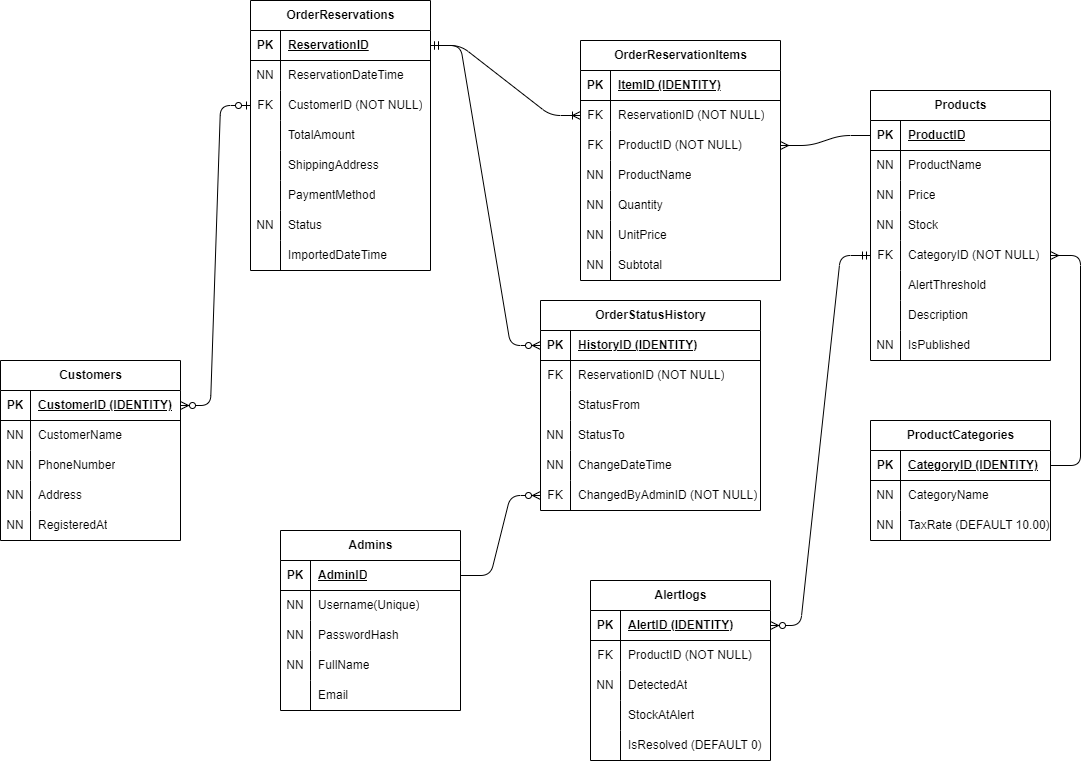
This is docs/diagrams/ERD.drawio.png from ASK-STEM-official/20_Jakunen_Demo, a draw.io export, as it was before one commit. Source tidied: cells renumbered, new cells last; positions are measured from the earlier drawing's top-left corner, leaving out a move shared by most shapes.
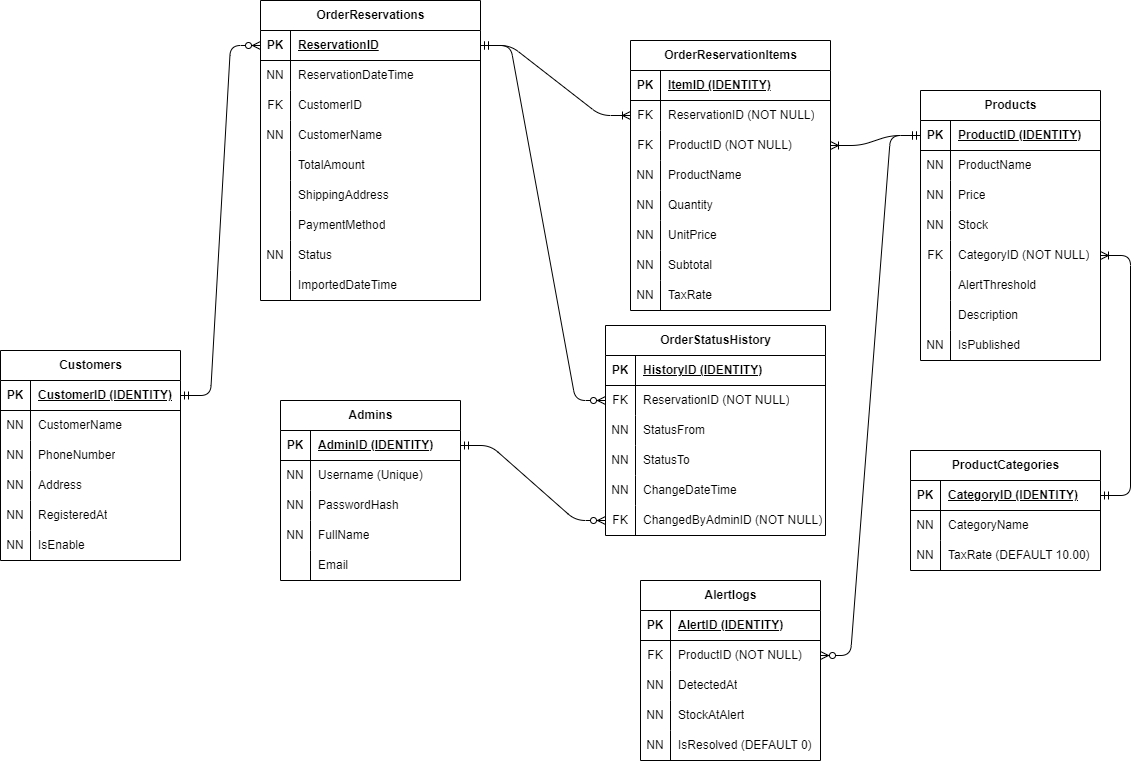
After the commit.

What changed in the source:
```diff
@@ -5,6 +5,6 @@
     <mxCell id="2" value="OrderReservations" style="shape=table;startSize=30;rowLines=0;fontStyle=1;align=center;html=1;" parent="1" vertex="1">
-      <mxGeometry x="270" width="180" height="270" as="geometry" />
+      <mxGeometry x="230" width="220" height="300" as="geometry" />
     </mxCell>
     <mxCell id="3" style="shape=tableRow;horizontal=0;startSize=0;swimlaneHead=0;swimlaneBody=0;fillColor=none;points=[[0,0.5],[1,0.5]];portConstraint=eastwest;top=0;left=0;right=0;bottom=1;" parent="2" vertex="1">
-      <mxGeometry y="30" width="180" height="30" as="geometry" />
+      <mxGeometry y="30" width="220" height="30" as="geometry" />
     </mxCell>
@@ -14,6 +14,6 @@
     <mxCell id="5" value="ReservationID" style="shape=partialRectangle;fillColor=none;top=0;left=0;bottom=0;right=0;align=left;spacingLeft=6;fontStyle=5;overflow=hidden;whiteSpace=wrap;html=1;" parent="3" vertex="1">
-      <mxGeometry x="30" width="150" height="30" as="geometry" />
+      <mxGeometry x="30" width="190" height="30" as="geometry" />
     </mxCell>
     <mxCell id="6" style="shape=tableRow;horizontal=0;startSize=0;swimlaneHead=0;swimlaneBody=0;fillColor=none;top=0;left=0;right=0;bottom=0;" parent="2" vertex="1">
-      <mxGeometry y="60" width="180" height="30" as="geometry" />
+      <mxGeometry y="60" width="220" height="30" as="geometry" />
     </mxCell>
@@ -23,6 +23,6 @@
     <mxCell id="8" value="ReservationDateTime" style="shape=partialRectangle;fillColor=none;top=0;left=0;bottom=0;right=0;align=left;spacingLeft=6;overflow=hidden;whiteSpace=wrap;html=1;" parent="6" vertex="1">
-      <mxGeometry x="30" width="150" height="30" as="geometry" />
+      <mxGeometry x="30" width="190" height="30" as="geometry" />
     </mxCell>
     <mxCell id="9" style="shape=tableRow;horizontal=0;startSize=0;swimlaneHead=0;swimlaneBody=0;fillColor=none;points=[[0,0.5],[1,0.5]];portConstraint=eastwest;top=0;left=0;right=0;bottom=0;" parent="2" vertex="1">
-      <mxGeometry y="90" width="180" height="30" as="geometry" />
+      <mxGeometry y="90" width="220" height="30" as="geometry" />
     </mxCell>
@@ -31,7 +31,16 @@
     </mxCell>
-    <mxCell id="11" value="CustomerID (NOT NULL)" style="shape=partialRectangle;fillColor=none;top=0;left=0;bottom=0;right=0;align=left;spacingLeft=6;overflow=hidden;whiteSpace=wrap;html=1;" parent="9" vertex="1">
-      <mxGeometry x="30" width="150" height="30" as="geometry" />
+    <mxCell id="11" value="CustomerID" style="shape=partialRectangle;fillColor=none;top=0;left=0;bottom=0;right=0;align=left;spacingLeft=6;overflow=hidden;whiteSpace=wrap;html=1;" parent="9" vertex="1">
+      <mxGeometry x="30" width="190" height="30" as="geometry" />
     </mxCell>
+    <mxCell id="158" style="shape=tableRow;horizontal=0;startSize=0;swimlaneHead=0;swimlaneBody=0;fillColor=none;top=0;left=0;right=0;bottom=0;" parent="2" vertex="1">
+      <mxGeometry y="120" width="220" height="30" as="geometry" />
+    </mxCell>
+    <mxCell id="159" value="NN" style="shape=partialRectangle;fillColor=none;top=0;left=0;bottom=0;right=0;overflow=hidden;whiteSpace=wrap;html=1;" parent="158" vertex="1">
+      <mxGeometry width="30" height="30" as="geometry" />
+    </mxCell>
+    <mxCell id="160" value="CustomerName" style="shape=partialRectangle;fillColor=none;top=0;left=0;bottom=0;right=0;align=left;spacingLeft=6;overflow=hidden;whiteSpace=wrap;html=1;" parent="158" vertex="1">
+      <mxGeometry x="30" width="190" height="30" as="geometry" />
+    </mxCell>
     <mxCell id="12" style="shape=tableRow;horizontal=0;startSize=0;swimlaneHead=0;swimlaneBody=0;fillColor=none;top=0;left=0;right=0;bottom=0;" parent="2" vertex="1">
-      <mxGeometry y="120" width="180" height="30" as="geometry" />
+      <mxGeometry y="150" width="220" height="30" as="geometry" />
     </mxCell>
@@ -41,6 +50,6 @@
     <mxCell id="14" value="TotalAmount" style="shape=partialRectangle;fillColor=none;top=0;left=0;bottom=0;right=0;align=left;spacingLeft=6;overflow=hidden;whiteSpace=wrap;html=1;" parent="12" vertex="1">
-      <mxGeometry x="30" width="150" height="30" as="geometry" />
+      <mxGeometry x="30" width="190" height="30" as="geometry" />
     </mxCell>
     <mxCell id="15" style="shape=tableRow;horizontal=0;startSize=0;swimlaneHead=0;swimlaneBody=0;fillColor=none;top=0;left=0;right=0;bottom=0;" parent="2" vertex="1">
-      <mxGeometry y="150" width="180" height="30" as="geometry" />
+      <mxGeometry y="180" width="220" height="30" as="geometry" />
     </mxCell>
@@ -50,6 +59,6 @@
     <mxCell id="17" value="ShippingAddress" style="shape=partialRectangle;fillColor=none;top=0;left=0;bottom=0;right=0;align=left;spacingLeft=6;overflow=hidden;whiteSpace=wrap;html=1;" parent="15" vertex="1">
-      <mxGeometry x="30" width="150" height="30" as="geometry" />
+      <mxGeometry x="30" width="190" height="30" as="geometry" />
     </mxCell>
     <mxCell id="18" style="shape=tableRow;horizontal=0;startSize=0;swimlaneHead=0;swimlaneBody=0;fillColor=none;top=0;left=0;right=0;bottom=0;" parent="2" vertex="1">
-      <mxGeometry y="180" width="180" height="30" as="geometry" />
+      <mxGeometry y="210" width="220" height="30" as="geometry" />
     </mxCell>
@@ -59,6 +68,6 @@
     <mxCell id="20" value="PaymentMethod" style="shape=partialRectangle;fillColor=none;top=0;left=0;bottom=0;right=0;align=left;spacingLeft=6;overflow=hidden;whiteSpace=wrap;html=1;" parent="18" vertex="1">
-      <mxGeometry x="30" width="150" height="30" as="geometry" />
+      <mxGeometry x="30" width="190" height="30" as="geometry" />
     </mxCell>
     <mxCell id="21" style="shape=tableRow;horizontal=0;startSize=0;swimlaneHead=0;swimlaneBody=0;fillColor=none;top=0;left=0;right=0;bottom=0;" parent="2" vertex="1">
-      <mxGeometry y="210" width="180" height="30" as="geometry" />
+      <mxGeometry y="240" width="220" height="30" as="geometry" />
     </mxCell>
@@ -68,6 +77,6 @@
     <mxCell id="23" value="Status" style="shape=partialRectangle;fillColor=none;top=0;left=0;bottom=0;right=0;align=left;spacingLeft=6;overflow=hidden;whiteSpace=wrap;html=1;" parent="21" vertex="1">
-      <mxGeometry x="30" width="150" height="30" as="geometry" />
+      <mxGeometry x="30" width="190" height="30" as="geometry" />
     </mxCell>
     <mxCell id="24" style="shape=tableRow;horizontal=0;startSize=0;swimlaneHead=0;swimlaneBody=0;fillColor=none;top=0;left=0;right=0;bottom=0;" parent="2" vertex="1">
-      <mxGeometry y="240" width="180" height="30" as="geometry" />
+      <mxGeometry y="270" width="220" height="30" as="geometry" />
     </mxCell>
@@ -77,6 +86,6 @@
     <mxCell id="26" value="ImportedDateTime" style="shape=partialRectangle;fillColor=none;top=0;left=0;bottom=0;right=0;align=left;spacingLeft=6;overflow=hidden;whiteSpace=wrap;html=1;" parent="24" vertex="1">
-      <mxGeometry x="30" width="150" height="30" as="geometry" />
+      <mxGeometry x="30" width="190" height="30" as="geometry" />
     </mxCell>
     <mxCell id="27" value="OrderReservationItems" style="shape=table;startSize=30;rowLines=0;fontStyle=1;align=center;html=1;" parent="1" vertex="1">
-      <mxGeometry x="600" y="40" width="200" height="240" as="geometry" />
+      <mxGeometry x="600" y="40" width="200" height="270" as="geometry" />
     </mxCell>
@@ -145,4 +154,13 @@
     </mxCell>
+    <mxCell id="161" style="shape=tableRow;horizontal=0;startSize=0;swimlaneHead=0;swimlaneBody=0;fillColor=none;top=0;left=0;right=0;bottom=0;" parent="27" vertex="1">
+      <mxGeometry y="240" width="200" height="30" as="geometry" />
+    </mxCell>
+    <mxCell id="162" value="NN" style="shape=partialRectangle;fillColor=none;top=0;left=0;bottom=0;right=0;overflow=hidden;whiteSpace=wrap;html=1;" parent="161" vertex="1">
+      <mxGeometry width="30" height="30" as="geometry" />
+    </mxCell>
+    <mxCell id="163" value="TaxRate" style="shape=partialRectangle;fillColor=none;top=0;left=0;bottom=0;right=0;align=left;spacingLeft=6;overflow=hidden;whiteSpace=wrap;html=1;" parent="161" vertex="1">
+      <mxGeometry x="30" width="170" height="30" as="geometry" />
+    </mxCell>
     <mxCell id="49" value="OrderStatusHistory" style="shape=table;startSize=30;rowLines=0;fontStyle=1;align=center;html=1;" parent="1" vertex="1">
-      <mxGeometry x="560" y="300" width="220" height="210" as="geometry" />
+      <mxGeometry x="575" y="325" width="220" height="210" as="geometry" />
     </mxCell>
@@ -169,3 +187,3 @@
     </mxCell>
-    <mxCell id="57" style="shape=partialRectangle;fillColor=none;top=0;left=0;bottom=0;right=0;overflow=hidden;whiteSpace=wrap;html=1;" parent="56" vertex="1">
+    <mxCell id="57" value="NN" style="shape=partialRectangle;fillColor=none;top=0;left=0;bottom=0;right=0;overflow=hidden;whiteSpace=wrap;html=1;" parent="56" vertex="1">
       <mxGeometry width="30" height="30" as="geometry" />
@@ -203,3 +221,3 @@
     <mxCell id="68" value="Admins" style="shape=table;startSize=30;rowLines=0;fontStyle=1;align=center;html=1;" parent="1" vertex="1">
-      <mxGeometry x="300" y="530" width="180" height="180" as="geometry" />
+      <mxGeometry x="250" y="400" width="180" height="180" as="geometry" />
     </mxCell>
@@ -211,3 +229,3 @@
     </mxCell>
-    <mxCell id="71" value="AdminID" style="shape=partialRectangle;fillColor=none;top=0;left=0;bottom=0;right=0;align=left;spacingLeft=6;fontStyle=5;overflow=hidden;whiteSpace=wrap;html=1;" parent="69" vertex="1">
+    <mxCell id="71" value="AdminID (IDENTITY)" style="shape=partialRectangle;fillColor=none;top=0;left=0;bottom=0;right=0;align=left;spacingLeft=6;fontStyle=5;overflow=hidden;whiteSpace=wrap;html=1;" parent="69" vertex="1">
       <mxGeometry x="30" width="150" height="30" as="geometry" />
@@ -220,3 +238,3 @@
     </mxCell>
-    <mxCell id="74" value="Username(Unique)" style="shape=partialRectangle;fillColor=none;top=0;left=0;bottom=0;right=0;align=left;spacingLeft=6;overflow=hidden;whiteSpace=wrap;html=1;" parent="72" vertex="1">
+    <mxCell id="74" value="Username (Unique)" style="shape=partialRectangle;fillColor=none;top=0;left=0;bottom=0;right=0;align=left;spacingLeft=6;overflow=hidden;whiteSpace=wrap;html=1;" parent="72" vertex="1">
       <mxGeometry x="30" width="150" height="30" as="geometry" />
@@ -259,3 +277,3 @@
     </mxCell>
-    <mxCell id="87" value="ProductID" style="shape=partialRectangle;fillColor=none;top=0;left=0;bottom=0;right=0;align=left;spacingLeft=6;fontStyle=5;overflow=hidden;whiteSpace=wrap;html=1;" parent="85" vertex="1">
+    <mxCell id="87" value="ProductID&amp;nbsp;&lt;span style=&quot;color: rgb(0, 0, 0);&quot;&gt;(IDENTITY)&lt;/span&gt;" style="shape=partialRectangle;fillColor=none;top=0;left=0;bottom=0;right=0;align=left;spacingLeft=6;fontStyle=5;overflow=hidden;whiteSpace=wrap;html=1;" parent="85" vertex="1">
       <mxGeometry x="30" width="150" height="30" as="geometry" />
@@ -326,6 +344,6 @@
     <mxCell id="109" value="ProductCategories" style="shape=table;startSize=30;rowLines=0;fontStyle=1;align=center;html=1;" parent="1" vertex="1">
-      <mxGeometry x="890" y="420" width="180" height="120" as="geometry" />
+      <mxGeometry x="880" y="450" width="190" height="120" as="geometry" />
     </mxCell>
     <mxCell id="110" style="shape=tableRow;horizontal=0;startSize=0;swimlaneHead=0;swimlaneBody=0;fillColor=none;points=[[0,0.5],[1,0.5]];portConstraint=eastwest;top=0;left=0;right=0;bottom=1;" parent="109" vertex="1">
-      <mxGeometry y="30" width="180" height="30" as="geometry" />
+      <mxGeometry y="30" width="190" height="30" as="geometry" />
     </mxCell>
@@ -335,6 +353,6 @@
     <mxCell id="112" value="CategoryID (IDENTITY)" style="shape=partialRectangle;fillColor=none;top=0;left=0;bottom=0;right=0;align=left;spacingLeft=6;fontStyle=5;overflow=hidden;whiteSpace=wrap;html=1;" parent="110" vertex="1">
-      <mxGeometry x="30" width="150" height="30" as="geometry" />
+      <mxGeometry x="30" width="160" height="30" as="geometry" />
     </mxCell>
     <mxCell id="113" style="shape=tableRow;horizontal=0;startSize=0;swimlaneHead=0;swimlaneBody=0;fillColor=none;top=0;left=0;right=0;bottom=0;" parent="109" vertex="1">
-      <mxGeometry y="60" width="180" height="30" as="geometry" />
+      <mxGeometry y="60" width="190" height="30" as="geometry" />
     </mxCell>
@@ -344,6 +362,6 @@
     <mxCell id="115" value="CategoryName" style="shape=partialRectangle;fillColor=none;top=0;left=0;bottom=0;right=0;align=left;spacingLeft=6;overflow=hidden;whiteSpace=wrap;html=1;" parent="113" vertex="1">
-      <mxGeometry x="30" width="150" height="30" as="geometry" />
+      <mxGeometry x="30" width="160" height="30" as="geometry" />
     </mxCell>
     <mxCell id="116" style="shape=tableRow;horizontal=0;startSize=0;swimlaneHead=0;swimlaneBody=0;fillColor=none;top=0;left=0;right=0;bottom=0;" parent="109" vertex="1">
-      <mxGeometry y="90" width="180" height="30" as="geometry" />
+      <mxGeometry y="90" width="190" height="30" as="geometry" />
     </mxCell>
@@ -353,6 +371,6 @@
     <mxCell id="118" value="TaxRate (DEFAULT 10.00)" style="shape=partialRectangle;fillColor=none;top=0;left=0;bottom=0;right=0;align=left;spacingLeft=6;overflow=hidden;whiteSpace=wrap;html=1;" parent="116" vertex="1">
-      <mxGeometry x="30" width="150" height="30" as="geometry" />
+      <mxGeometry x="30" width="160" height="30" as="geometry" />
     </mxCell>
     <mxCell id="119" value="Customers" style="shape=table;startSize=30;rowLines=0;fontStyle=1;align=center;html=1;" parent="1" vertex="1">
-      <mxGeometry x="20" y="360" width="180" height="180" as="geometry" />
+      <mxGeometry x="-30" y="350" width="180" height="210" as="geometry" />
     </mxCell>
@@ -403,2 +421,11 @@
     </mxCell>
+    <mxCell id="164" style="shape=tableRow;horizontal=0;startSize=0;swimlaneHead=0;swimlaneBody=0;fillColor=none;top=0;left=0;right=0;bottom=0;" parent="119" vertex="1">
+      <mxGeometry y="180" width="180" height="30" as="geometry" />
+    </mxCell>
+    <mxCell id="165" value="NN" style="shape=partialRectangle;fillColor=none;top=0;left=0;bottom=0;right=0;overflow=hidden;whiteSpace=wrap;html=1;" parent="164" vertex="1">
+      <mxGeometry width="30" height="30" as="geometry" />
+    </mxCell>
+    <mxCell id="166" value="IsEnable" style="shape=partialRectangle;fillColor=none;top=0;left=0;bottom=0;right=0;align=left;spacingLeft=6;overflow=hidden;whiteSpace=wrap;html=1;" parent="164" vertex="1">
+      <mxGeometry x="30" width="150" height="30" as="geometry" />
+    </mxCell>
     <mxCell id="135" value="Alertlogs" style="shape=table;startSize=30;rowLines=0;fontStyle=1;align=center;html=1;" parent="1" vertex="1">
@@ -436,3 +463,3 @@
     </mxCell>
-    <mxCell id="146" style="shape=partialRectangle;fillColor=none;top=0;left=0;bottom=0;right=0;overflow=hidden;whiteSpace=wrap;html=1;" parent="145" vertex="1">
+    <mxCell id="146" value="NN" style="shape=partialRectangle;fillColor=none;top=0;left=0;bottom=0;right=0;overflow=hidden;whiteSpace=wrap;html=1;" parent="145" vertex="1">
       <mxGeometry width="30" height="30" as="geometry" />
@@ -445,3 +472,3 @@
     </mxCell>
-    <mxCell id="149" style="shape=partialRectangle;fillColor=none;top=0;left=0;bottom=0;right=0;overflow=hidden;whiteSpace=wrap;html=1;" parent="148" vertex="1">
+    <mxCell id="149" value="NN" style="shape=partialRectangle;fillColor=none;top=0;left=0;bottom=0;right=0;overflow=hidden;whiteSpace=wrap;html=1;" parent="148" vertex="1">
       <mxGeometry width="30" height="30" as="geometry" />
@@ -458,3 +485,3 @@
     </mxCell>
-    <mxCell id="152" style="edgeStyle=entityRelationEdgeStyle;fontSize=12;html=1;endArrow=ERzeroToMany;startArrow=ERmandOne;exitX=1;exitY=0.5;exitDx=0;exitDy=0;entryX=0;entryY=0.5;entryDx=0;entryDy=0;" parent="1" edge="1" source="3" target="50">
+    <mxCell id="152" style="edgeStyle=entityRelationEdgeStyle;fontSize=12;html=1;endArrow=ERzeroToMany;startArrow=ERmandOne;exitX=1;exitY=0.5;exitDx=0;exitDy=0;entryX=0;entryY=0.5;entryDx=0;entryDy=0;" parent="1" edge="1" source="3" target="53">
       <mxGeometry relative="1" as="geometry">
@@ -466,23 +493,17 @@
     </mxCell>
-    <mxCell id="153" style="edgeStyle=entityRelationEdgeStyle;fontSize=12;html=1;endArrow=ERzeroToMany;startArrow=ERzeroToOne;exitX=0;exitY=0.5;exitDx=0;exitDy=0;entryX=1;entryY=0.5;entryDx=0;entryDy=0;" parent="1" edge="1" source="9" target="120">
-      <mxGeometry relative="1" as="geometry">
-        <Array as="points">
-          <mxPoint x="150" y="260" />
-          <mxPoint y="330" />
-          <mxPoint x="140" y="250" />
-        </Array>
-      </mxGeometry>
-    </mxCell>
-    <mxCell id="154" style="edgeStyle=entityRelationEdgeStyle;fontSize=12;html=1;endArrow=ERzeroToMany;startArrow=ERmandOne;exitX=0;exitY=0.5;exitDx=0;exitDy=0;entryX=1;entryY=0.5;entryDx=0;entryDy=0;" parent="1" edge="1" source="97" target="136">
+    <mxCell id="154" style="edgeStyle=entityRelationEdgeStyle;fontSize=12;html=1;endArrow=ERzeroToMany;startArrow=ERmandOne;exitX=0;exitY=0.5;exitDx=0;exitDy=0;entryX=1;entryY=0.5;entryDx=0;entryDy=0;" parent="1" edge="1" source="85" target="139">
       <mxGeometry relative="1" as="geometry" />
     </mxCell>
+    <mxCell id="157" style="edgeStyle=entityRelationEdgeStyle;fontSize=12;html=1;endArrow=ERzeroToMany;startArrow=ERmandOne;entryX=0;entryY=0.5;entryDx=0;entryDy=0;exitX=1;exitY=0.5;exitDx=0;exitDy=0;" parent="1" edge="1" source="69" target="65">
+      <mxGeometry relative="1" as="geometry" />
+    </mxCell>
-    <mxCell id="155" style="edgeStyle=entityRelationEdgeStyle;fontSize=12;html=1;endArrow=ERmany;exitX=1;exitY=0.5;exitDx=0;exitDy=0;entryX=1;entryY=0.5;entryDx=0;entryDy=0;" parent="1" edge="1" source="110" target="97">
+    <mxCell id="155" style="edgeStyle=entityRelationEdgeStyle;fontSize=12;html=1;endArrow=ERoneToMany;startArrow=ERmandOne;entryX=1;entryY=0.5;entryDx=0;entryDy=0;exitX=1;exitY=0.5;exitDx=0;exitDy=0;" parent="1" edge="1" source="110" target="97">
       <mxGeometry relative="1" as="geometry" />
     </mxCell>
+    <mxCell id="167" style="edgeStyle=entityRelationEdgeStyle;fontSize=12;html=1;endArrow=ERzeroToMany;startArrow=ERmandOne;exitX=1;exitY=0.5;exitDx=0;exitDy=0;entryX=0;entryY=0.5;entryDx=0;entryDy=0;" parent="1" edge="1" source="120" target="3">
+      <mxGeometry relative="1" as="geometry" />
+    </mxCell>
-    <mxCell id="156" style="edgeStyle=entityRelationEdgeStyle;fontSize=12;html=1;endArrow=ERmany;entryX=1;entryY=0.5;entryDx=0;entryDy=0;exitX=0;exitY=0.5;exitDx=0;exitDy=0;" parent="1" edge="1" source="85" target="34">
+    <mxCell id="156" style="edgeStyle=entityRelationEdgeStyle;fontSize=12;html=1;endArrow=ERoneToMany;startArrow=ERmandOne;entryX=1;entryY=0.5;entryDx=0;entryDy=0;exitX=0;exitY=0.5;exitDx=0;exitDy=0;" parent="1" edge="1" source="85" target="34">
       <mxGeometry relative="1" as="geometry" />
     </mxCell>
-    <mxCell id="157" style="edgeStyle=entityRelationEdgeStyle;fontSize=12;html=1;endArrow=ERzeroToMany;endFill=1;exitX=1;exitY=0.5;exitDx=0;exitDy=0;entryX=0;entryY=0.5;entryDx=0;entryDy=0;" parent="1" edge="1" source="69" target="65">
-      <mxGeometry relative="1" as="geometry" />
-    </mxCell>
   </root>
```
